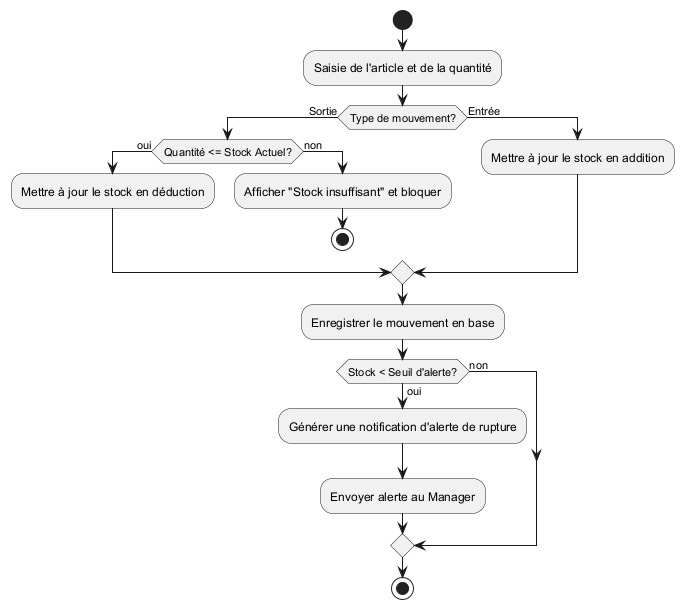
Earlier version of the PlantUML export Rapport/diagrams/sprint3_activity.png (ayoubmek/PFE_data_science). Its diagram source:
```plantuml
@startuml sprint3_activity
start
:Saisie de l'article et de la quantité;
if (Type de mouvement?) then (Sortie)
    if (Quantité <= Stock Actuel?) then (oui)
        :Mettre à jour le stock en déduction;
    else (non)
        :Afficher "Stock insuffisant" et bloquer;
        stop
    endif
else (Entrée)
    :Mettre à jour le stock en addition;
endif
:Enregistrer le mouvement en base;
if (Stock < Seuil d'alerte?) then (oui)
    :Générer une notification d'alerte de rupture;
    :Envoyer alerte au Manager;
else (non)
endif
stop
@enduml
```
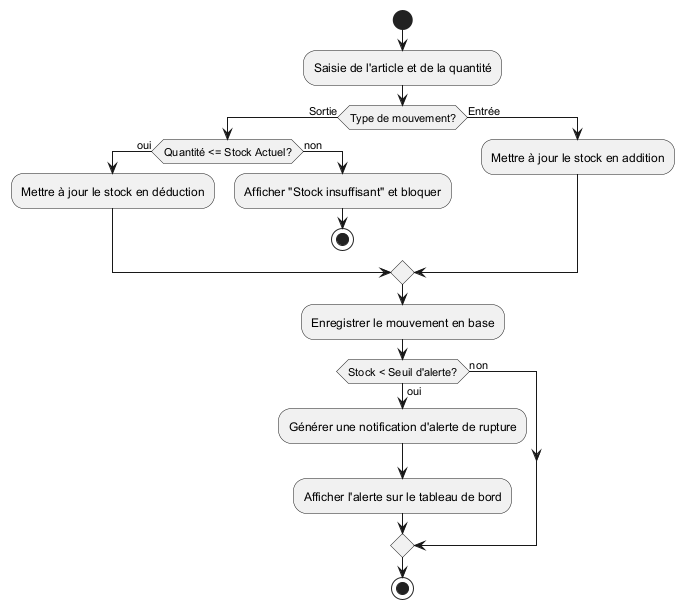
After the change.

Change to the diagram source:
```diff
@@ -14,7 +14,7 @@
 :Enregistrer le mouvement en base;
 if (Stock < Seuil d'alerte?) then (oui)
     :Générer une notification d'alerte de rupture;
-    :Envoyer alerte au Manager;
+    :Afficher l'alerte sur le tableau de bord;
 else (non)
 endif
 stop
```
